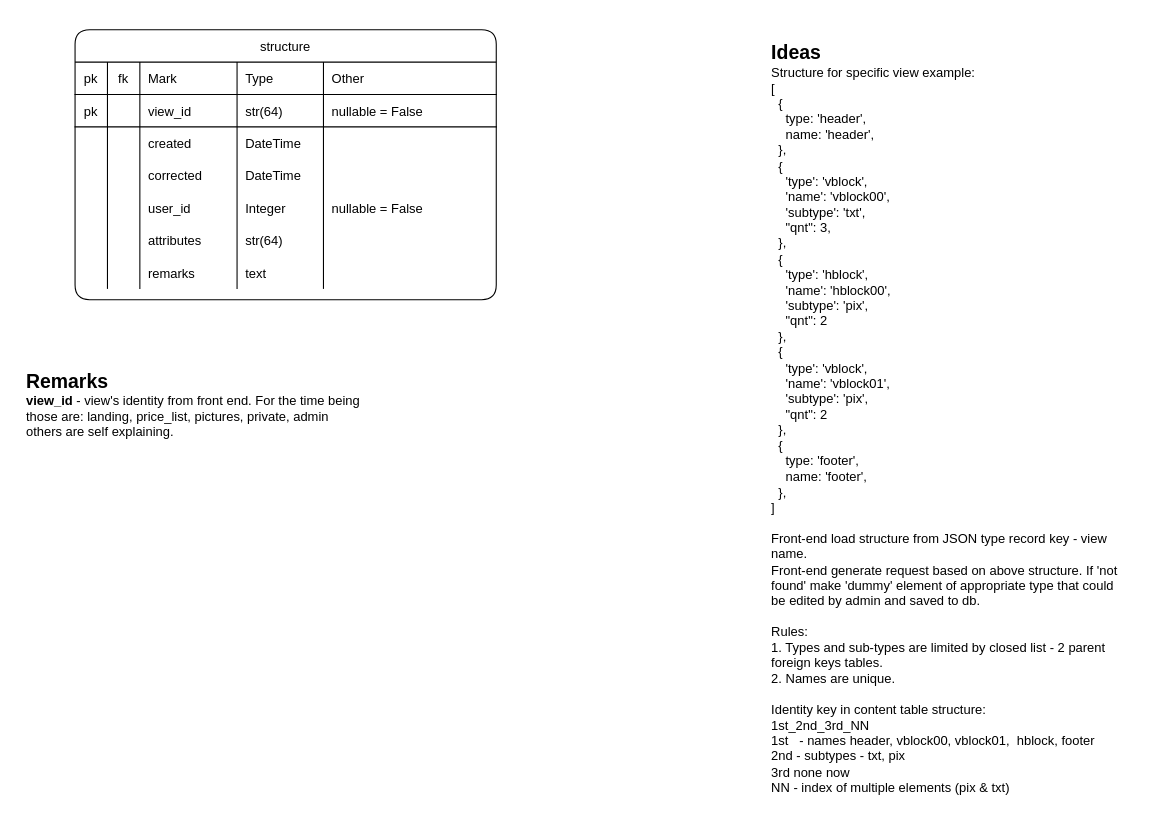
The draw.io diagram page "structure table" (3 of 9) of market-coffee.drawio in Sergey190309/220415-market-caffee, before the edit. Source tidied: cells renumbered, new cells numbered last; positions are measured from the earlier drawing's top-left corner, leaving out a move shared by most shapes. Both pictures are drawn from the tidied source at 108%, with x=0, y=0 at pixel (21, 29).
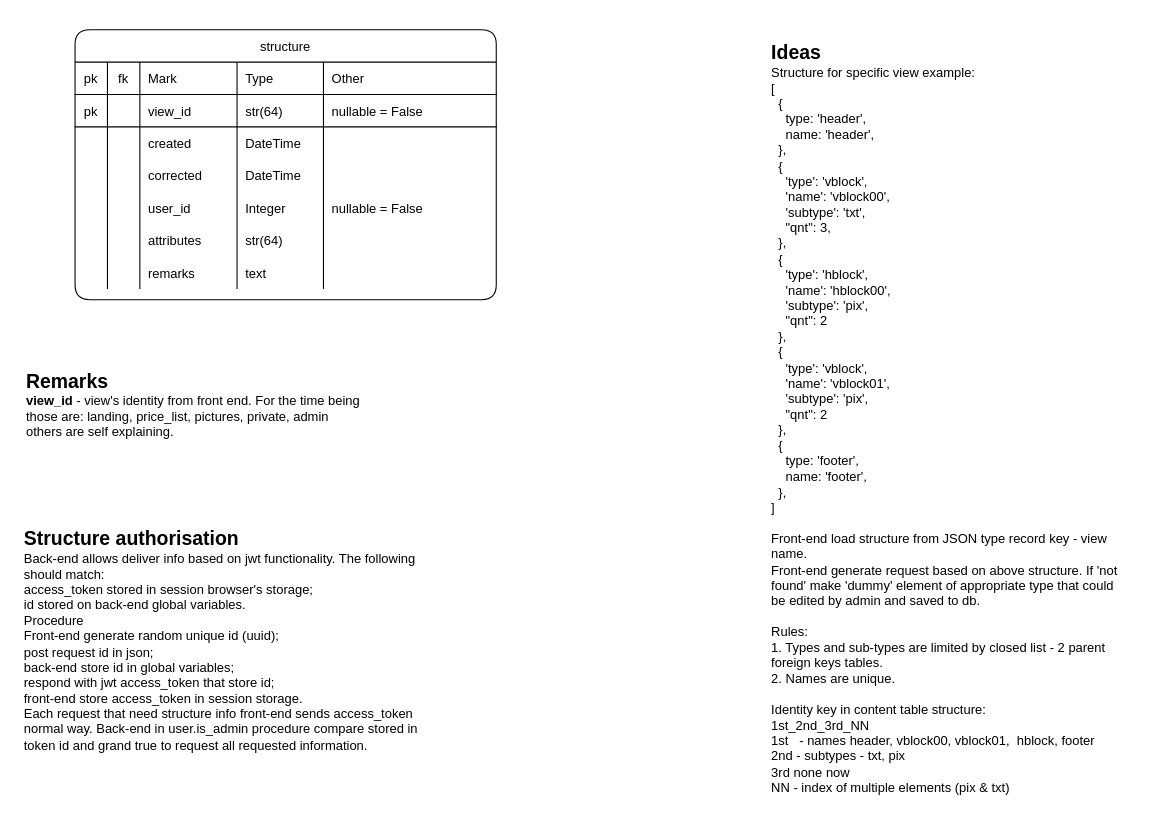
The same page after the edit.

The edit, as a diff of the source:
```diff
@@
     <mxCell id="48" value="&lt;font style=&quot;font-size: 18px&quot;&gt;&lt;b&gt;&lt;br&gt;Remarks&lt;/b&gt;&lt;/font&gt;&lt;br&gt;&lt;b&gt;view_id&lt;/b&gt; - view's identity from front end. For the time being those are:&amp;nbsp;landing,&amp;nbsp;price_list,&amp;nbsp;pictures,&amp;nbsp;private,&amp;nbsp;admin&lt;br&gt;others are self explaining.&lt;br&gt;" style="text;strokeColor=none;fillColor=none;spacing=5;spacingTop=-20;overflow=hidden;rounded=0;whiteSpace=wrap;html=1;" parent="46" vertex="1">
-      <mxGeometry y="304" width="340" height="330" as="geometry" />
+      <mxGeometry y="304" width="340" height="116" as="geometry" />
     </mxCell>
+    <mxCell id="49" value="&lt;font style=&quot;font-size: 18px&quot;&gt;&lt;b&gt;&lt;br&gt;Structure authorisation&amp;nbsp;&lt;/b&gt;&lt;/font&gt;&lt;br&gt;&lt;span&gt;Back-end allows deliver info based on jwt functionality. The following should match:&lt;/span&gt;&lt;br&gt;&lt;div&gt;access_token stored in session browser's storage;&lt;/div&gt;&lt;div&gt;id stored on back-end global variables.&lt;/div&gt;&lt;div&gt;Procedure&lt;/div&gt;&lt;div&gt;Front-end generate random unique id (uuid);&lt;/div&gt;&lt;div&gt;post request id in json;&lt;/div&gt;&lt;div&gt;back-end store id in global variables;&lt;/div&gt;&lt;div&gt;respond with jwt access_token that store id;&lt;/div&gt;&lt;div&gt;front-end store access_token in session storage.&lt;/div&gt;&lt;div&gt;Each request that need structure info front-end sends access_token normal way. Back-end in user.is_admin procedure compare stored in token id and grand true to request all requested information.&lt;/div&gt;&lt;div&gt;&lt;br&gt;&lt;/div&gt;" style="text;strokeColor=none;fillColor=none;spacing=5;spacingTop=-20;overflow=hidden;rounded=0;whiteSpace=wrap;html=1;" parent="46" vertex="1">
+      <mxGeometry x="-2" y="450" width="392" height="250" as="geometry" />
+    </mxCell>
```
